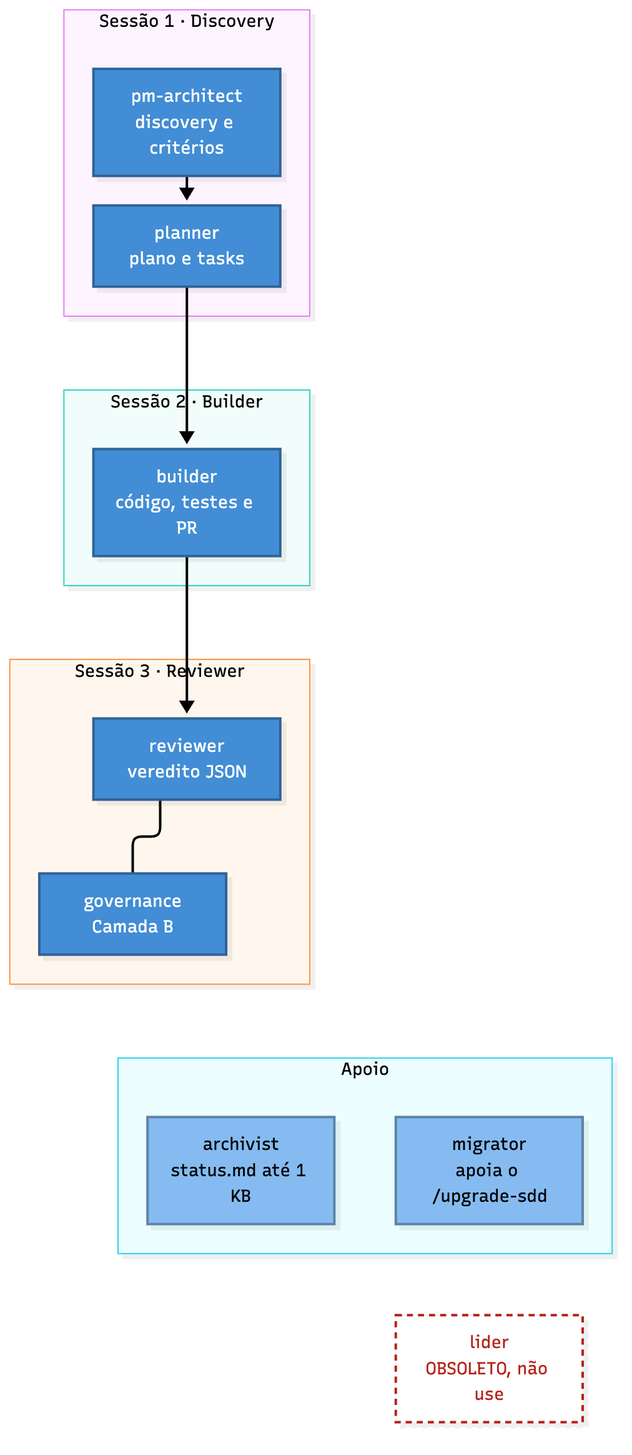
nathanramorim/forge-sdd keeps this Mermaid diagram as docs/img/agentes.png. Above is the earlier version. Its source is kept beside it as docs/img/agentes.mmd. The source it was exported from:
```mermaid
%%{init: {"flowchart": {"curve": "linear", "nodeSpacing": 30, "rankSpacing": 40, "htmlLabels": false}}}%%
flowchart TB
  classDef cont fill:#438dd5,stroke:#2e6295,color:#ffffff
  classDef apoio fill:#85bbf0,stroke:#5d82a8,color:#000000
  classDef velho fill:#ffffff,stroke:#b42318,color:#b42318,stroke-dasharray: 5 4

  subgraph disc["Sessão 1 · Discovery"]
    direction LR
    pm["pm-architect<br/>discovery e critérios"]:::cont
    pl["planner<br/>plano e tasks"]:::cont
  end
  subgraph bld["Sessão 2 · Builder"]
    direction LR
    bu["builder<br/>código, testes e PR"]:::cont
  end
  subgraph rev["Sessão 3 · Reviewer"]
    direction LR
    rv["reviewer<br/>veredito JSON"]:::cont
    gv["governance<br/>Camada B"]:::cont
  end
  subgraph apo["Apoio"]
    direction LR
    ar["archivist<br/>status.md até 1 KB"]:::apoio
    mi["migrator<br/>apoia o /upgrade-sdd"]:::apoio
  end
  li["lider<br/>OBSOLETO, não use"]:::velho

  pm --> pl
  pl --> bu
  bu --> rv
  rv --- gv
  rv ~~~ ar
  mi ~~~ li
```
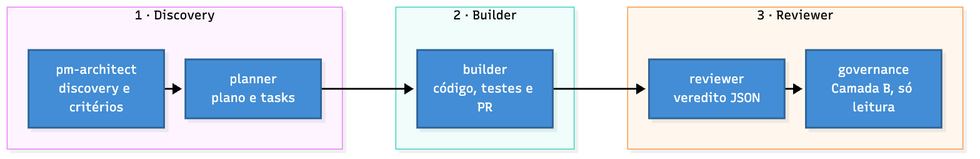
Above is the later version.

Commit message:
docs(readme): diagrama dos agentes legível (3 sessões) e alt ajustado

The edit, as a diff of the source:
```diff
@@ -1,33 +1,23 @@
-%%{init: {"flowchart": {"curve": "linear", "nodeSpacing": 30, "rankSpacing": 40, "htmlLabels": false}}}%%
-flowchart TB
+%%{init: {"flowchart": {"curve": "linear", "nodeSpacing": 35, "rankSpacing": 55, "htmlLabels": false}}}%%
+flowchart LR
   classDef cont fill:#438dd5,stroke:#2e6295,color:#ffffff
-  classDef apoio fill:#85bbf0,stroke:#5d82a8,color:#000000
-  classDef velho fill:#ffffff,stroke:#b42318,color:#b42318,stroke-dasharray: 5 4
 
-  subgraph disc["Sessão 1 · Discovery"]
-    direction LR
+  subgraph disc["1 · Discovery"]
+    direction TB
     pm["pm-architect<br/>discovery e critérios"]:::cont
     pl["planner<br/>plano e tasks"]:::cont
   end
-  subgraph bld["Sessão 2 · Builder"]
-    direction LR
+  subgraph bld["2 · Builder"]
+    direction TB
     bu["builder<br/>código, testes e PR"]:::cont
   end
-  subgraph rev["Sessão 3 · Reviewer"]
-    direction LR
+  subgraph rev["3 · Reviewer"]
+    direction TB
     rv["reviewer<br/>veredito JSON"]:::cont
-    gv["governance<br/>Camada B"]:::cont
+    gv["governance<br/>Camada B, só leitura"]:::cont
   end
-  subgraph apo["Apoio"]
-    direction LR
-    ar["archivist<br/>status.md até 1 KB"]:::apoio
-    mi["migrator<br/>apoia o /upgrade-sdd"]:::apoio
-  end
-  li["lider<br/>OBSOLETO, não use"]:::velho
 
   pm --> pl
   pl --> bu
   bu --> rv
-  rv --- gv
-  rv ~~~ ar
-  mi ~~~ li
+  rv --> gv
```
